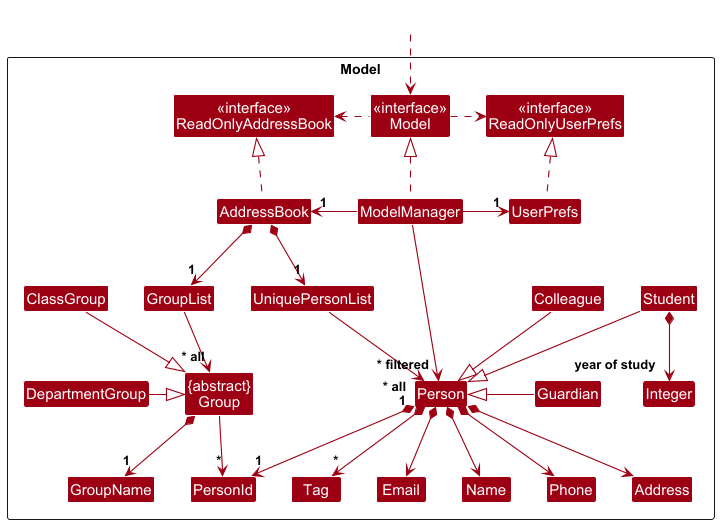
Before: docs/images/ModelClassDiagram.png, a diagram exported from PlantUML (AY2627S1-CS2103T-T11-3/tp).
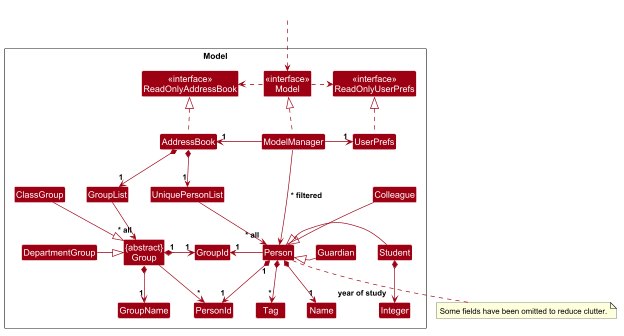
Later version of the same file.

Change to the diagram source:
```diff
@@ -14,10 +14,7 @@
 
 Class UniquePersonList
 Class Person
-Class Address
-Class Email
 Class Name
-Class Phone
 Class Tag
 Class PersonId
 Class Integer
@@ -31,7 +28,7 @@
 Class ClassGroup
 Class DepartmentGroup
 Class GroupName
-
+Class GroupId
 
 Class I #FFFFFF
 }
@@ -50,10 +47,7 @@
 
 AddressBook *--> "1" UniquePersonList
 UniquePersonList --> "~* all" Person
-Person *--> Name
-Person *--> Phone
-Person *--> Email
-Person *--> Address
+Person *--> "1" Name
 Person *--> "*" Tag
 Person "1" *--> "1" PersonId
 
@@ -63,24 +57,31 @@
 Student *--> "year of study" Integer
 
 Person -[hidden]left-> Group
-Student -[hidden]down-> Guardian
-Student -[hidden]right-> Colleague
-Guardian -[hidden]up-> Colleague
+
+Person -[hidden]right-> Student
+Person -[hidden]right-> Colleague
+Person -[hidden]right-> Guardian
+
+UserPrefs -[hidden]down-> Colleague
+Student -[hidden]up-> Colleague
 
 UniquePersonList -[hidden]right-> I
-
-Name -[hidden]right-> Phone
-Phone -[hidden]right-> Address
-Address -[hidden]right-> Email
 
 AddressBook *--> "1" GroupList
 GroupList --> "~* all" Group
 Group *--> "1" GroupName
 Group --> "*" PersonId
+Group "1" *-right-> "1" GroupId
+
+Person -left-> "1" GroupId
 
 ClassGroup -right-|> Group
 DepartmentGroup -[hidden]up-> ClassGroup
 DepartmentGroup -right-|> Group
 
-ModelManager --> "~* filtered" Person
+ModelManager --> Person : " * filtered"
+
+note bottom of Person
+    Some fields have been omitted to reduce clutter.
+end note
 @enduml
```
